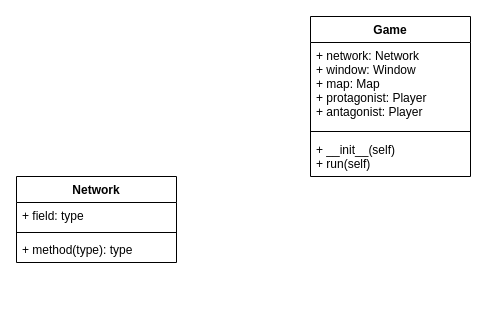
The draw.io diagram doc/Untitled Diagram.drawio in maljunaplanedo/tpgame, before the edit. Source tidied: cells renumbered, new cells numbered last; positions are measured from the earlier drawing's top-left corner, leaving out a move shared by most shapes. Both pictures are drawn from the tidied source at 100%, with x=0, y=0 at pixel (16, 16).
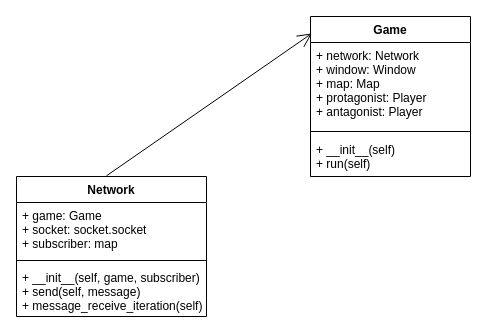
Above is the later version.

What changed in the source:
```diff
@@
 <mxGraphModel>
   <root>
     <mxCell id="0" />
     <mxCell id="1" parent="0" />
     <mxCell id="2" value="Game" style="swimlane;fontStyle=1;align=center;verticalAlign=top;horizontal=1;startSize=26;" parent="1" vertex="1">
       <mxGeometry x="294" width="160" height="160" as="geometry" />
     </mxCell>
     <mxCell id="3" value="+ network: Network&#10;+ window: Window&#10;+ map: Map&#10;+ protagonist: Player&#10;+ antagonist: Player&#10;" style="text;strokeColor=none;fillColor=none;align=left;verticalAlign=top;spacingLeft=4;spacingRight=4;overflow=hidden;" parent="2" vertex="1">
       <mxGeometry y="26" width="160" height="84" as="geometry" />
     </mxCell>
     <mxCell id="4" style="line;strokeWidth=1;fillColor=none;align=left;verticalAlign=middle;spacingTop=-1;spacingLeft=3;spacingRight=3;labelPosition=right;" parent="2" vertex="1">
       <mxGeometry y="110" width="160" height="10" as="geometry" />
     </mxCell>
     <mxCell id="5" value="+ __init__(self)&#10;+ run(self)&#10;" style="text;strokeColor=none;fillColor=none;align=left;verticalAlign=top;spacingLeft=4;spacingRight=4;overflow=hidden;" parent="2" vertex="1">
       <mxGeometry y="120" width="160" height="40" as="geometry" />
     </mxCell>
     <mxCell id="6" value="Network" style="swimlane;fontStyle=1;align=center;verticalAlign=top;horizontal=1;startSize=26;" parent="1" vertex="1">
-      <mxGeometry y="160" width="160" height="86" as="geometry" />
+      <mxGeometry y="160" width="190" height="140" as="geometry" />
     </mxCell>
-    <mxCell id="7" value="+ field: type" style="text;strokeColor=none;fillColor=none;align=left;verticalAlign=top;spacingLeft=4;spacingRight=4;overflow=hidden;" parent="6" vertex="1">
-      <mxGeometry y="26" width="160" height="26" as="geometry" />
+    <mxCell id="7" value="+ game: Game&#10;+ socket: socket.socket&#10;+ subscriber: map&#10;" style="text;strokeColor=none;fillColor=none;align=left;verticalAlign=top;spacingLeft=4;spacingRight=4;overflow=hidden;" parent="6" vertex="1">
+      <mxGeometry y="26" width="190" height="54" as="geometry" />
     </mxCell>
     <mxCell id="8" style="line;strokeWidth=1;fillColor=none;align=left;verticalAlign=middle;spacingTop=-1;spacingLeft=3;spacingRight=3;labelPosition=right;" parent="6" vertex="1">
-      <mxGeometry y="52" width="160" height="8" as="geometry" />
+      <mxGeometry y="80" width="190" height="8" as="geometry" />
     </mxCell>
-    <mxCell id="9" value="+ method(type): type" style="text;strokeColor=none;fillColor=none;align=left;verticalAlign=top;spacingLeft=4;spacingRight=4;overflow=hidden;" parent="6" vertex="1">
-      <mxGeometry y="60" width="160" height="26" as="geometry" />
+    <mxCell id="9" value="+ __init__(self, game, subscriber)&#10;+ send(self, message)&#10;+ message_receive_iteration(self)&#10;&#10;" style="text;strokeColor=none;fillColor=none;align=left;verticalAlign=top;spacingLeft=4;spacingRight=4;overflow=hidden;" parent="6" vertex="1">
+      <mxGeometry y="88" width="190" height="52" as="geometry" />
     </mxCell>
+    <mxCell id="10" style="endArrow=open;endFill=1;endSize=12;html=1;entryX=0.008;entryY=0.106;entryDx=0;entryDy=0;entryPerimeter=0;" parent="1" edge="1" target="2">
+      <mxGeometry relative="1" as="geometry">
+        <mxPoint x="90" y="159.3" as="sourcePoint" />
+      </mxGeometry>
+    </mxCell>
   </root>
 </mxGraphModel>
```
